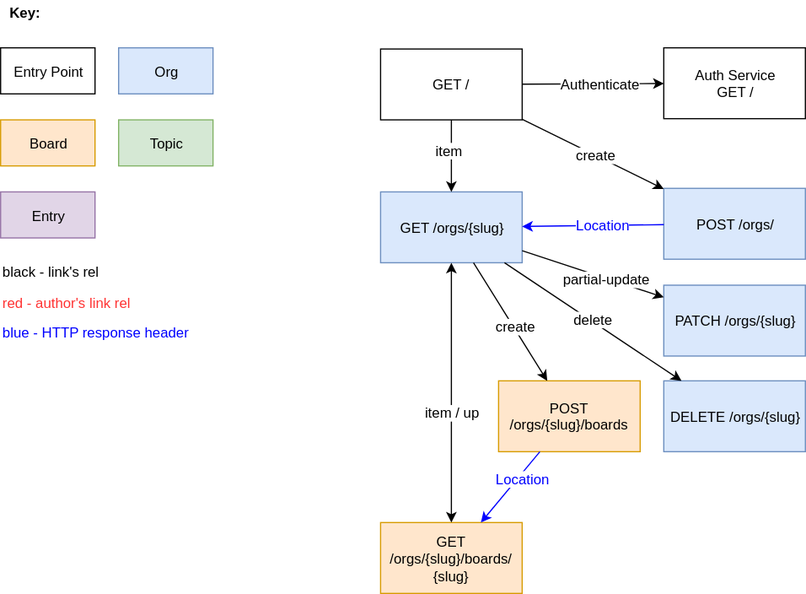
The draw.io diagram docs/OC-Storage-REST-API.svg in open-company/open-company-storage, before a commit. Source tidied: cells renumbered, new cells last; positions are measured from the earlier drawing's top-left corner, leaving out a move shared by most shapes.
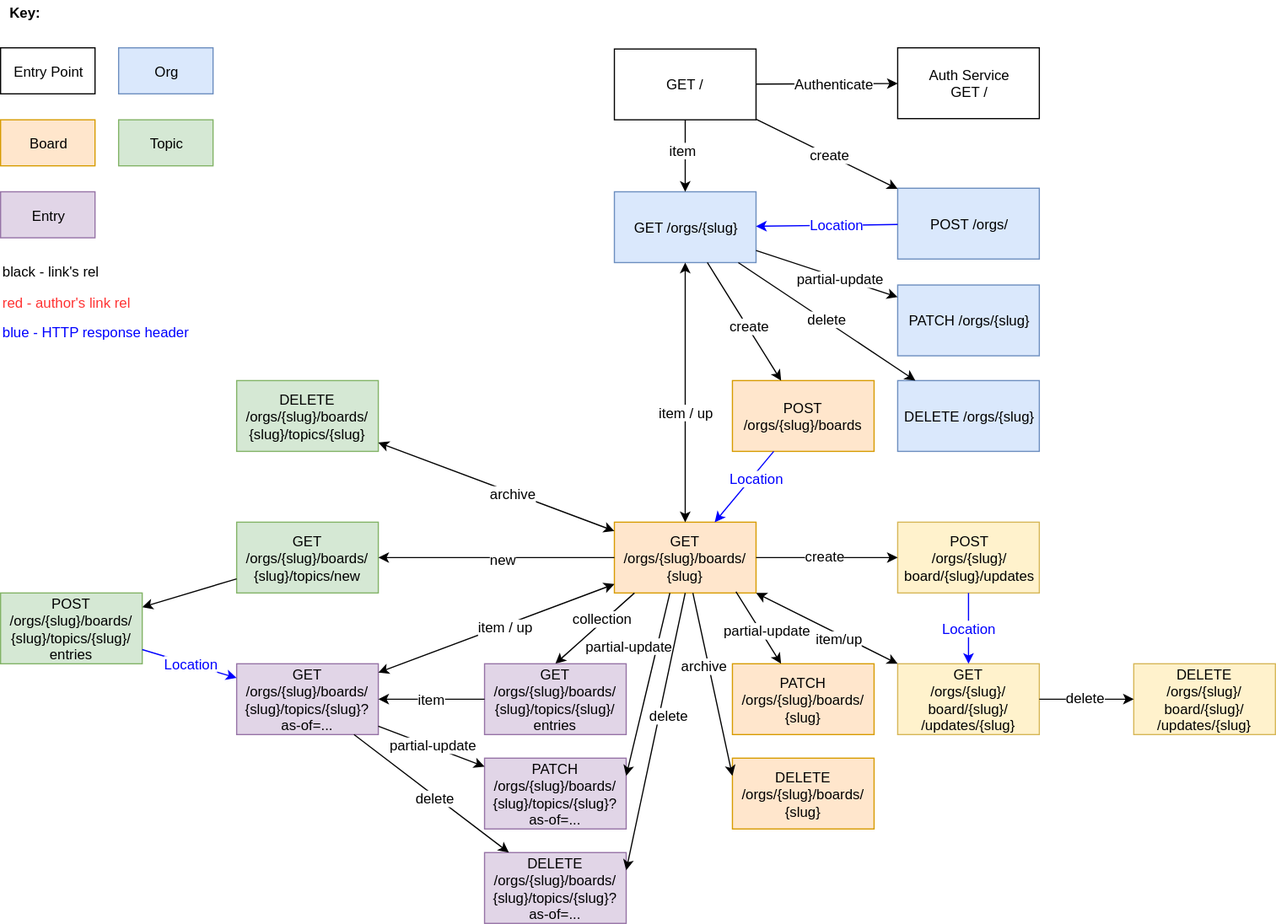
The same diagram one commit later.

What changed in the source:
```diff
@@ -30,10 +30,10 @@
       <mxGeometry y="162" width="80" height="39" as="geometry" />
     </mxCell>
     <mxCell id="11" value="&lt;font color=&quot;#000000&quot;&gt;GET /&lt;/font&gt;" style="whiteSpace=wrap;html=1;fontSize=12;fontColor=#FF3333;" parent="1" vertex="1">
-      <mxGeometry x="322" y="41" width="120" height="60" as="geometry" />
+      <mxGeometry x="520" y="41" width="120" height="60" as="geometry" />
     </mxCell>
     <mxCell id="12" value="&lt;font color=&quot;#000000&quot;&gt;GET /orgs/{slug}&lt;/font&gt;" style="whiteSpace=wrap;html=1;fontSize=12;fontColor=#FF3333;fillColor=#dae8fc;strokeColor=#6c8ebf;" parent="1" vertex="1">
-      <mxGeometry x="322" y="162" width="120" height="60" as="geometry" />
+      <mxGeometry x="520" y="162" width="120" height="60" as="geometry" />
     </mxCell>
     <mxCell id="13" style="endArrow=classic;html=1;strokeColor=#000000;fontSize=12;fontColor=#FF3333;" parent="1" edge="1" source="11" target="12">
       <mxGeometry relative="1" as="geometry" />
@@ -42,7 +42,7 @@
       <mxGeometry x="-0.18" y="-2" relative="1" as="geometry" />
     </mxCell>
     <mxCell id="15" value="&lt;font color=&quot;#000000&quot;&gt;POST /orgs/&lt;/font&gt;" style="whiteSpace=wrap;html=1;fontSize=12;fontColor=#FF3333;fillColor=#dae8fc;strokeColor=#6c8ebf;" parent="1" vertex="1">
-      <mxGeometry x="562" y="159" width="120" height="60" as="geometry" />
+      <mxGeometry x="760" y="159" width="120" height="60" as="geometry" />
     </mxCell>
     <mxCell id="16" style="endArrow=classic;html=1;strokeColor=#000000;fontSize=12;fontColor=#000000;" parent="1" edge="1" source="11" target="15">
       <mxGeometry relative="1" as="geometry" />
@@ -57,7 +57,7 @@
       <mxGeometry x="-0.13" y="-1" relative="1" as="geometry" />
     </mxCell>
     <mxCell id="20" value="&lt;div&gt;&lt;font color=&quot;#000000&quot;&gt;Auth Service&lt;/font&gt;&lt;/div&gt;&lt;font color=&quot;#000000&quot;&gt;GET /&lt;/font&gt;" style="whiteSpace=wrap;html=1;fontSize=12;fontColor=#FF3333;" parent="1" vertex="1">
-      <mxGeometry x="562" y="40" width="120" height="60" as="geometry" />
+      <mxGeometry x="760" y="40" width="120" height="60" as="geometry" />
     </mxCell>
     <mxCell id="21" style="endArrow=classic;html=1;strokeColor=#000000;fontSize=12;fontColor=#000000;" parent="1" edge="1" source="11" target="20">
       <mxGeometry relative="1" as="geometry" />
@@ -66,10 +66,10 @@
       <mxGeometry x="0.1" relative="1" as="geometry" />
     </mxCell>
     <mxCell id="23" value="&lt;font color=&quot;#000000&quot;&gt;PATCH /orgs/{slug}&lt;/font&gt;" style="whiteSpace=wrap;html=1;fontSize=12;fontColor=#FF3333;fillColor=#dae8fc;strokeColor=#6c8ebf;" parent="1" vertex="1">
-      <mxGeometry x="562" y="241" width="120" height="60" as="geometry" />
+      <mxGeometry x="760" y="241" width="120" height="60" as="geometry" />
     </mxCell>
     <mxCell id="24" value="&lt;font color=&quot;#000000&quot;&gt;DELETE /orgs/{slug}&lt;/font&gt;" style="whiteSpace=wrap;html=1;fontSize=12;fontColor=#FF3333;fillColor=#dae8fc;strokeColor=#6c8ebf;" parent="1" vertex="1">
-      <mxGeometry x="562" y="322" width="120" height="60" as="geometry" />
+      <mxGeometry x="760" y="322" width="120" height="60" as="geometry" />
     </mxCell>
     <mxCell id="25" style="endArrow=classic;html=1;strokeColor=#000000;fontSize=12;fontColor=#000000;" parent="1" edge="1" source="12" target="23">
       <mxGeometry relative="1" as="geometry" />
@@ -84,7 +84,7 @@
       <mxGeometry x="-0.01" y="2" relative="1" as="geometry" />
     </mxCell>
     <mxCell id="29" value="GET /orgs/{slug}/boards/&lt;div&gt;{slug}&lt;/div&gt;" style="whiteSpace=wrap;html=1;fontSize=12;fontColor=#000000;fillColor=#ffe6cc;strokeColor=#d79b00;" parent="1" vertex="1">
-      <mxGeometry x="322" y="442" width="120" height="60" as="geometry" />
+      <mxGeometry x="520" y="442" width="120" height="60" as="geometry" />
     </mxCell>
     <mxCell id="30" style="endArrow=classic;html=1;strokeColor=#000000;fontSize=12;fontColor=#000000;startArrow=classic;startFill=1;" parent="1" edge="1" source="12" target="29">
       <mxGeometry relative="1" as="geometry" />
@@ -93,7 +93,7 @@
       <mxGeometry x="0.15" relative="1" as="geometry" />
     </mxCell>
     <mxCell id="32" value="POST /orgs/{slug}/boards" style="whiteSpace=wrap;html=1;fontSize=12;fontColor=#000000;fillColor=#ffe6cc;strokeColor=#d79b00;" parent="1" vertex="1">
-      <mxGeometry x="422" y="322" width="120" height="60" as="geometry" />
+      <mxGeometry x="620" y="322" width="120" height="60" as="geometry" />
     </mxCell>
     <mxCell id="33" style="endArrow=classic;html=1;strokeColor=#000000;fontSize=12;fontColor=#000000;" parent="1" edge="1" source="12" target="32">
       <mxGeometry relative="1" as="geometry" />
@@ -107,5 +107,148 @@
     <mxCell id="36" value="&lt;font color=&quot;#0000ff&quot;&gt;Location&lt;/font&gt;" style="text;html=1;align=center;verticalAlign=middle;labelBackgroundColor=#ffffff;fontSize=12;fontColor=#000000;" parent="35" vertex="1">
       <mxGeometry x="-0.3" y="3" relative="1" as="geometry" />
     </mxCell>
+    <mxCell id="37" value="GET /orgs/{slug}/boards/&lt;div&gt;{slug}/topics/new&lt;/div&gt;" style="whiteSpace=wrap;html=1;fontSize=12;fontColor=#000000;fillColor=#d5e8d4;strokeColor=#82b366;" parent="1" vertex="1">
+      <mxGeometry x="200" y="442" width="120" height="60" as="geometry" />
+    </mxCell>
+    <mxCell id="38" style="endArrow=classic;html=1;strokeColor=#000000;fontSize=12;fontColor=#FF3333;" parent="1" edge="1" source="29" target="37">
+      <mxGeometry relative="1" as="geometry" />
+    </mxCell>
+    <mxCell id="39" value="&lt;font color=&quot;#000000&quot;&gt;new&lt;/font&gt;" style="text;html=1;align=center;verticalAlign=middle;labelBackgroundColor=#ffffff;fontSize=12;fontColor=#FF3333;" parent="38" vertex="1">
+      <mxGeometry x="-0.05" relative="1" as="geometry">
+        <mxPoint y="1" as="offset" />
+      </mxGeometry>
+    </mxCell>
+    <mxCell id="40" value="DELETE /orgs/{slug}/boards/&lt;div&gt;{slug}/topics/{slug}&lt;/div&gt;" style="whiteSpace=wrap;html=1;fontSize=12;fontColor=#000000;fillColor=#d5e8d4;strokeColor=#82b366;" parent="1" vertex="1">
+      <mxGeometry x="200" y="322" width="120" height="60" as="geometry" />
+    </mxCell>
+    <mxCell id="41" style="endArrow=classic;html=1;strokeColor=#000000;fontSize=12;fontColor=#FF3333;startArrow=classic;startFill=1;" parent="1" edge="1" source="29" target="40">
+      <mxGeometry relative="1" as="geometry" />
+    </mxCell>
+    <mxCell id="42" value="&lt;font color=&quot;#000000&quot;&gt;archive&lt;/font&gt;" style="text;html=1;align=center;verticalAlign=middle;labelBackgroundColor=#ffffff;fontSize=12;fontColor=#FF3333;" parent="41" vertex="1">
+      <mxGeometry x="-0.17" y="2" relative="1" as="geometry">
+        <mxPoint x="-2" y="-3" as="offset" />
+      </mxGeometry>
+    </mxCell>
+    <mxCell id="43" value="GET /orgs/{slug}/boards/&lt;div&gt;{slug}/&lt;span&gt;topics/{slug}?as-of=...&lt;/span&gt;&lt;/div&gt;" style="whiteSpace=wrap;html=1;fontSize=12;fontColor=#000000;fillColor=#e1d5e7;strokeColor=#9673a6;" parent="1" vertex="1">
+      <mxGeometry x="200" y="562" width="120" height="60" as="geometry" />
+    </mxCell>
+    <mxCell id="44" style="endArrow=classic;html=1;strokeColor=#000000;fontSize=12;fontColor=#000000;exitX=0.142;exitY=1;exitPerimeter=0;entryX=0.5;entryY=0;" parent="1" edge="1" source="29" target="46">
+      <mxGeometry relative="1" as="geometry" />
+    </mxCell>
+    <mxCell id="45" value="collection" style="text;html=1;align=center;verticalAlign=middle;labelBackgroundColor=#ffffff;fontSize=12;fontColor=#000000;" parent="44" vertex="1">
+      <mxGeometry x="-0.23" y="-2" relative="1" as="geometry" />
+    </mxCell>
+    <mxCell id="46" value="&lt;span&gt;GET /orgs/{slug}/boards/&lt;/span&gt;&lt;div&gt;{slug}/topics/{slug}/&lt;/div&gt;&lt;div&gt;entries&lt;/div&gt;" style="whiteSpace=wrap;html=1;fontSize=12;fontColor=#000000;fillColor=#e1d5e7;strokeColor=#9673a6;" parent="1" vertex="1">
+      <mxGeometry x="410" y="562" width="120" height="60" as="geometry" />
+    </mxCell>
+    <mxCell id="47" value="item" style="endArrow=classic;html=1;strokeColor=#000000;fontSize=12;fontColor=#000000;" parent="1" edge="1" source="46" target="43">
+      <mxGeometry relative="1" as="geometry" />
+    </mxCell>
+    <mxCell id="48" style="endArrow=classic;html=1;strokeColor=#000000;fontSize=12;fontColor=#000000;" parent="1" edge="1" source="37" target="49">
+      <mxGeometry relative="1" as="geometry" />
+    </mxCell>
+    <mxCell id="49" value="POST&lt;div&gt;/orgs/{slug}/boards/&lt;div&gt;{slug}/topics/{slug}/&lt;/div&gt;&lt;div&gt;entries&lt;/div&gt;&lt;/div&gt;" style="whiteSpace=wrap;html=1;fontSize=12;fontColor=#000000;fillColor=#d5e8d4;strokeColor=#82b366;" parent="1" vertex="1">
+      <mxGeometry y="502" width="120" height="60" as="geometry" />
+    </mxCell>
+    <mxCell id="50" style="endArrow=classic;html=1;strokeColor=#0000FF;fontSize=12;fontColor=#000000;" parent="1" edge="1" source="49" target="43">
+      <mxGeometry relative="1" as="geometry" />
+    </mxCell>
+    <mxCell id="51" value="&lt;font color=&quot;#0000ff&quot;&gt;Location&lt;/font&gt;" style="text;html=1;align=center;verticalAlign=middle;labelBackgroundColor=#ffffff;fontSize=12;fontColor=#000000;" parent="50" vertex="1">
+      <mxGeometry x="0.02" y="1" relative="1" as="geometry" />
+    </mxCell>
+    <mxCell id="52" value="PATCH&lt;div&gt;/orgs/{slug}/boards/&lt;div&gt;{slug}/topics/{slug}?as-of=...&lt;/div&gt;&lt;/div&gt;" style="whiteSpace=wrap;html=1;fontSize=12;fontColor=#000000;fillColor=#e1d5e7;strokeColor=#9673a6;" parent="1" vertex="1">
+      <mxGeometry x="410" y="642" width="120" height="60" as="geometry" />
+    </mxCell>
+    <mxCell id="53" value="DELETE&lt;div&gt;/orgs/{slug}/boards/&lt;div&gt;{slug}/topics/{slug}?as-of=...&lt;/div&gt;&lt;/div&gt;" style="whiteSpace=wrap;html=1;fontSize=12;fontColor=#000000;fillColor=#e1d5e7;strokeColor=#9673a6;" parent="1" vertex="1">
+      <mxGeometry x="410" y="722" width="120" height="60" as="geometry" />
+    </mxCell>
+    <mxCell id="54" style="endArrow=classic;html=1;strokeColor=#000000;fontSize=12;fontColor=#000000;" parent="1" edge="1" source="43" target="52">
+      <mxGeometry relative="1" as="geometry" />
+    </mxCell>
+    <mxCell id="55" value="partial-update" style="text;html=1;align=center;verticalAlign=middle;labelBackgroundColor=#ffffff;fontSize=12;fontColor=#000000;" parent="54" vertex="1">
+      <mxGeometry x="0.21" y="-1" relative="1" as="geometry">
+        <mxPoint x="-8" y="-6" as="offset" />
+      </mxGeometry>
+    </mxCell>
+    <mxCell id="56" style="endArrow=classic;html=1;strokeColor=#000000;fontSize=12;fontColor=#000000;" parent="1" edge="1" source="43" target="53">
+      <mxGeometry relative="1" as="geometry" />
+    </mxCell>
+    <mxCell id="57" value="delete" style="text;html=1;align=center;verticalAlign=middle;labelBackgroundColor=#ffffff;fontSize=12;fontColor=#000000;" parent="56" vertex="1">
+      <mxGeometry x="0.06" y="-1" relative="1" as="geometry" />
+    </mxCell>
+    <mxCell id="58" style="endArrow=classic;startArrow=classic;html=1;strokeColor=#000000;fontSize=12;fontColor=#000000;" parent="1" edge="1" source="43" target="29">
+      <mxGeometry relative="1" as="geometry" />
+    </mxCell>
+    <mxCell id="59" value="item / up" style="text;html=1;align=center;verticalAlign=middle;labelBackgroundColor=#ffffff;fontSize=12;fontColor=#000000;" parent="58" vertex="1">
+      <mxGeometry x="0.07" y="-1" relative="1" as="geometry" />
+    </mxCell>
+    <mxCell id="60" style="endArrow=classic;html=1;strokeColor=#000000;fontSize=12;fontColor=#000000;entryX=1;entryY=0.25;exitX=0.392;exitY=1;exitPerimeter=0;" parent="1" edge="1" source="29" target="52">
+      <mxGeometry relative="1" as="geometry" />
+    </mxCell>
+    <mxCell id="61" value="partial-update" style="text;html=1;align=center;verticalAlign=middle;labelBackgroundColor=#ffffff;fontSize=12;fontColor=#000000;" parent="60" vertex="1">
+      <mxGeometry x="-0.25" y="3" relative="1" as="geometry">
+        <mxPoint x="-24" y="-15" as="offset" />
+      </mxGeometry>
+    </mxCell>
+    <mxCell id="62" style="endArrow=classic;html=1;strokeColor=#000000;fontSize=12;fontColor=#000000;entryX=1;entryY=0.25;exitX=0.5;exitY=1;" parent="1" edge="1" source="29" target="53">
+      <mxGeometry relative="1" as="geometry" />
+    </mxCell>
+    <mxCell id="63" value="delete" style="text;html=1;align=center;verticalAlign=middle;labelBackgroundColor=#ffffff;fontSize=12;fontColor=#000000;" parent="62" vertex="1">
+      <mxGeometry x="-0.12" relative="1" as="geometry">
+        <mxPoint x="8" as="offset" />
+      </mxGeometry>
+    </mxCell>
+    <mxCell id="64" value="PATCH /orgs/{slug}/boards/&lt;div&gt;{slug}&lt;/div&gt;" style="whiteSpace=wrap;html=1;fontSize=12;fontColor=#000000;fillColor=#ffe6cc;strokeColor=#d79b00;" parent="1" vertex="1">
+      <mxGeometry x="620" y="562" width="120" height="60" as="geometry" />
+    </mxCell>
+    <mxCell id="65" style="endArrow=classic;html=1;strokeColor=#000000;fontSize=12;fontColor=#000000;exitX=0.858;exitY=0.983;exitPerimeter=0;" parent="1" edge="1" source="29" target="64">
+      <mxGeometry relative="1" as="geometry" />
+    </mxCell>
+    <mxCell id="66" value="partial-update" style="text;html=1;align=center;verticalAlign=middle;labelBackgroundColor=#ffffff;fontSize=12;fontColor=#000000;" parent="65" vertex="1">
+      <mxGeometry x="0.16" y="5" relative="1" as="geometry">
+        <mxPoint x="-1" as="offset" />
+      </mxGeometry>
+    </mxCell>
+    <mxCell id="67" value="POST&lt;div&gt;/orgs/{slug}/&lt;div&gt;board/{slug}/&lt;span&gt;updates&lt;/span&gt;&lt;/div&gt;&lt;/div&gt;" style="whiteSpace=wrap;html=1;fontSize=12;fontColor=#000000;fillColor=#fff2cc;strokeColor=#d6b656;" parent="1" vertex="1">
+      <mxGeometry x="760" y="442" width="120" height="60" as="geometry" />
+    </mxCell>
+    <mxCell id="68" value="&lt;span&gt;GET&lt;/span&gt;&lt;div&gt;/orgs/{slug}/&lt;div&gt;board/{slug}/&lt;/div&gt;&lt;div&gt;/updates/{slug}&lt;/div&gt;&lt;/div&gt;" style="whiteSpace=wrap;html=1;fontSize=12;fontColor=#000000;fillColor=#fff2cc;strokeColor=#d6b656;" parent="1" vertex="1">
+      <mxGeometry x="760" y="562" width="120" height="60" as="geometry" />
+    </mxCell>
+    <mxCell id="69" value="&lt;span&gt;DELETE&lt;/span&gt;&lt;div&gt;/orgs/{slug}/&lt;div&gt;board/{slug}/&lt;/div&gt;&lt;div&gt;/updates/{slug}&lt;/div&gt;&lt;/div&gt;" style="whiteSpace=wrap;html=1;fontSize=12;fontColor=#000000;fillColor=#fff2cc;strokeColor=#d6b656;" parent="1" vertex="1">
+      <mxGeometry x="960" y="562" width="120" height="60" as="geometry" />
+    </mxCell>
+    <mxCell id="70" value="DELETE /orgs/{slug}/boards/&lt;div&gt;{slug}&lt;/div&gt;" style="whiteSpace=wrap;html=1;fontSize=12;fontColor=#000000;fillColor=#ffe6cc;strokeColor=#d79b00;" parent="1" vertex="1">
+      <mxGeometry x="620" y="642" width="120" height="60" as="geometry" />
+    </mxCell>
+    <mxCell id="71" style="endArrow=classic;html=1;strokeColor=#000000;fontSize=12;fontColor=#000000;entryX=0;entryY=0.25;" parent="1" edge="1" source="29" target="70">
+      <mxGeometry relative="1" as="geometry" />
+    </mxCell>
+    <mxCell id="72" value="archive" style="text;html=1;align=center;verticalAlign=middle;labelBackgroundColor=#ffffff;fontSize=12;fontColor=#000000;" parent="71" vertex="1">
+      <mxGeometry x="-0.2" y="-1" relative="1" as="geometry">
+        <mxPoint x="-3" as="offset" />
+      </mxGeometry>
+    </mxCell>
+    <mxCell id="73" style="endArrow=classic;html=1;strokeColor=#000000;fontSize=12;fontColor=#000000;" parent="1" edge="1" source="29" target="67">
+      <mxGeometry relative="1" as="geometry" />
+    </mxCell>
+    <mxCell id="74" value="create" style="text;html=1;align=center;verticalAlign=middle;labelBackgroundColor=#ffffff;fontSize=12;fontColor=#000000;" parent="73" vertex="1">
+      <mxGeometry x="-0.03" y="2" relative="1" as="geometry" />
+    </mxCell>
+    <mxCell id="75" style="endArrow=classic;startArrow=classic;html=1;strokeColor=#000000;fontSize=12;fontColor=#000000;" parent="1" edge="1" source="29" target="68">
+      <mxGeometry relative="1" as="geometry" />
+    </mxCell>
+    <mxCell id="76" value="item/up" style="text;html=1;align=center;verticalAlign=middle;labelBackgroundColor=#ffffff;fontSize=12;fontColor=#000000;" parent="75" vertex="1">
+      <mxGeometry x="0.19" y="-3" relative="1" as="geometry" />
+    </mxCell>
+    <mxCell id="77" value="&lt;font color=&quot;#0000ff&quot;&gt;Location&lt;/font&gt;" style="endArrow=classic;html=1;strokeColor=#0000FF;fontSize=12;fontColor=#000000;" parent="1" edge="1" source="67" target="68">
+      <mxGeometry relative="1" as="geometry" />
+    </mxCell>
+    <mxCell id="78" style="endArrow=classic;html=1;strokeColor=#000000;fontSize=12;fontColor=#000000;" parent="1" edge="1" source="68" target="69">
+      <mxGeometry relative="1" as="geometry" />
+    </mxCell>
+    <mxCell id="79" value="delete" style="text;html=1;align=center;verticalAlign=middle;labelBackgroundColor=#ffffff;fontSize=12;fontColor=#000000;" parent="78" vertex="1">
+      <mxGeometry x="-0.03" y="2" relative="1" as="geometry" />
+    </mxCell>
   </root>
 </mxGraphModel>
```
